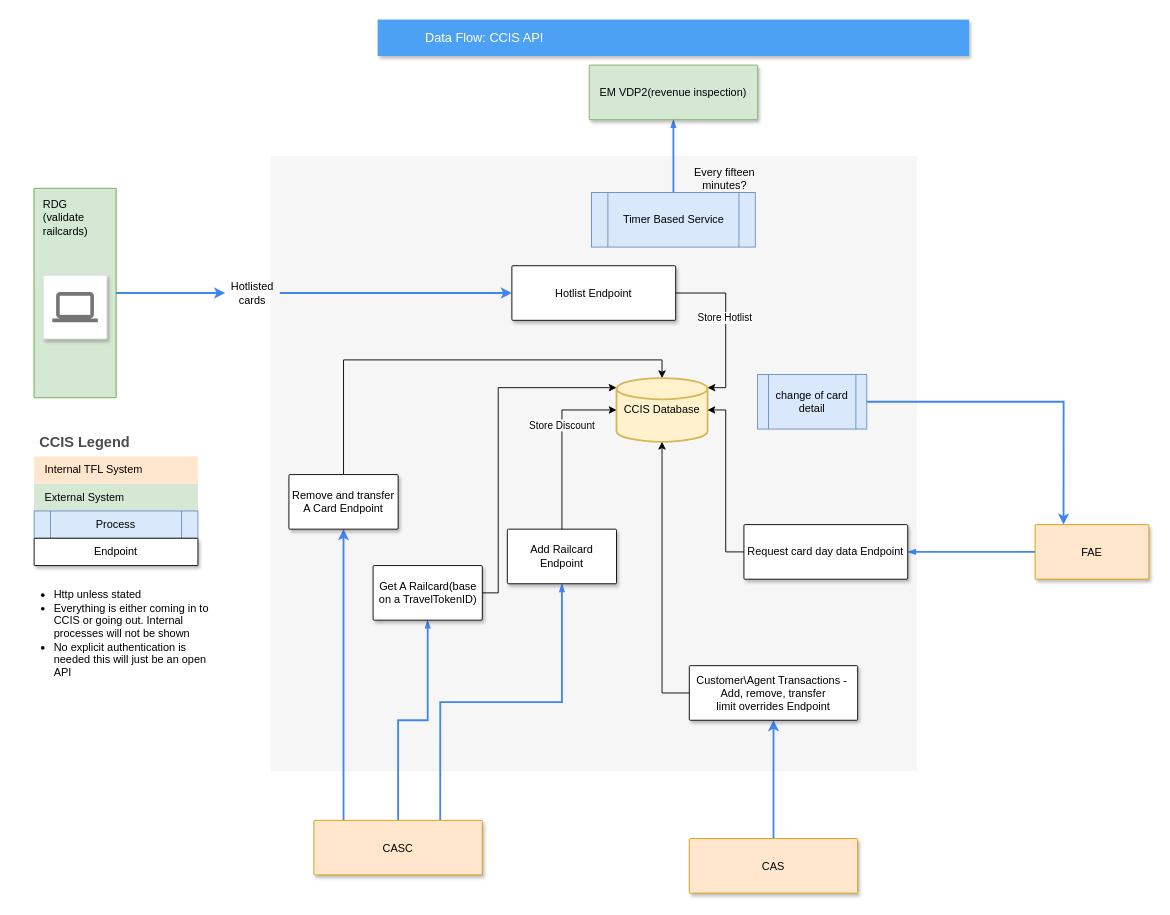
This is CCIS-API.drawio from mattwatts36/drawings, a draw.io file, before an edit. Source tidied: cells renumbered, new cells numbered last; positions are measured from the earlier drawing's top-left corner, leaving out a move shared by most shapes. Both pictures are drawn from the tidied source at 91%, with x=0, y=0 at pixel (15, 19).
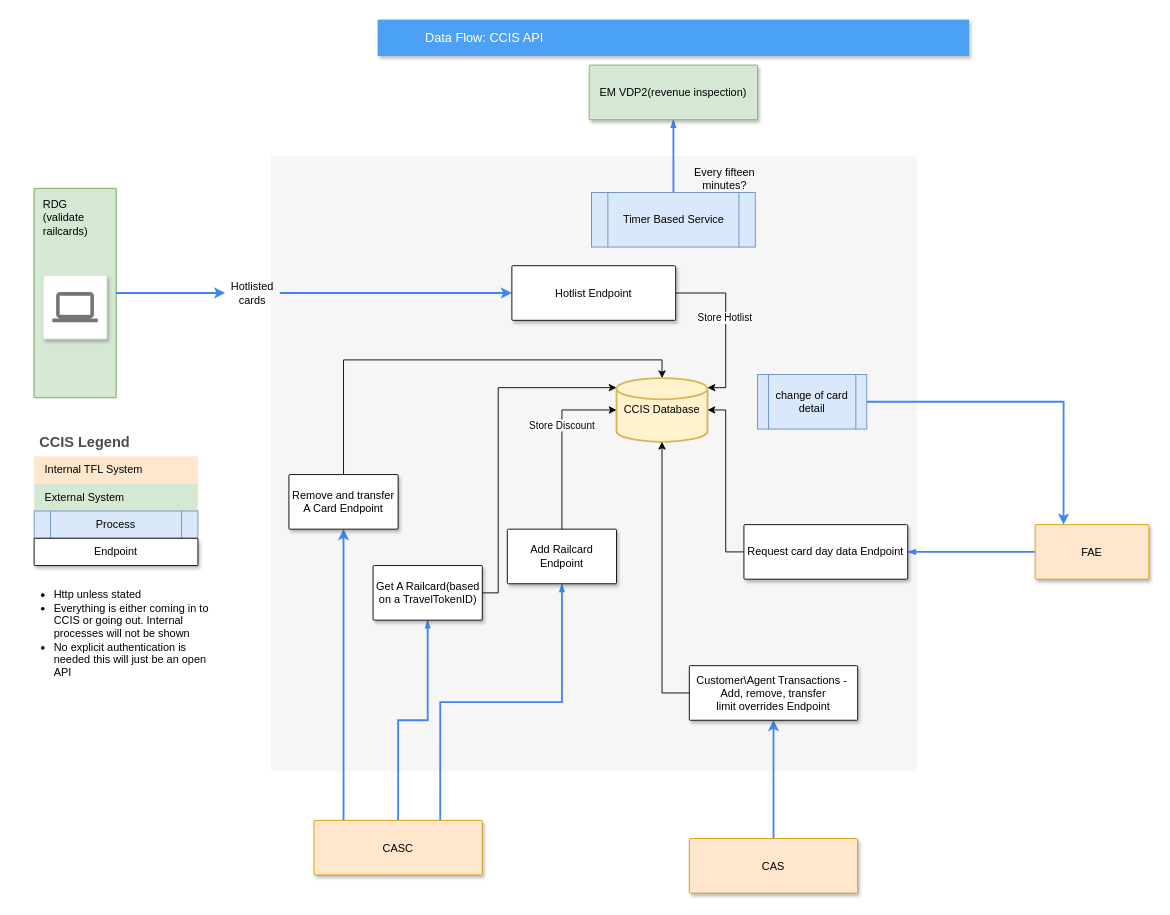
The same page after the edit.

Diff of the diagram source:
```diff
@@
-    <mxCell id="47" value="Get A Railcard(base on a TravelTokenID)" style="whiteSpace=wrap;html=1;shadow=1;strokeWidth=1;rounded=1;arcSize=2;" parent="1" vertex="1">
+    <mxCell id="47" value="Get A Railcard(based on a TravelTokenID)" style="whiteSpace=wrap;html=1;shadow=1;strokeWidth=1;rounded=1;arcSize=2;" parent="1" vertex="1">
       <mxGeometry x="392.5" y="600" width="120" height="60" as="geometry" />
     </mxCell>
```
